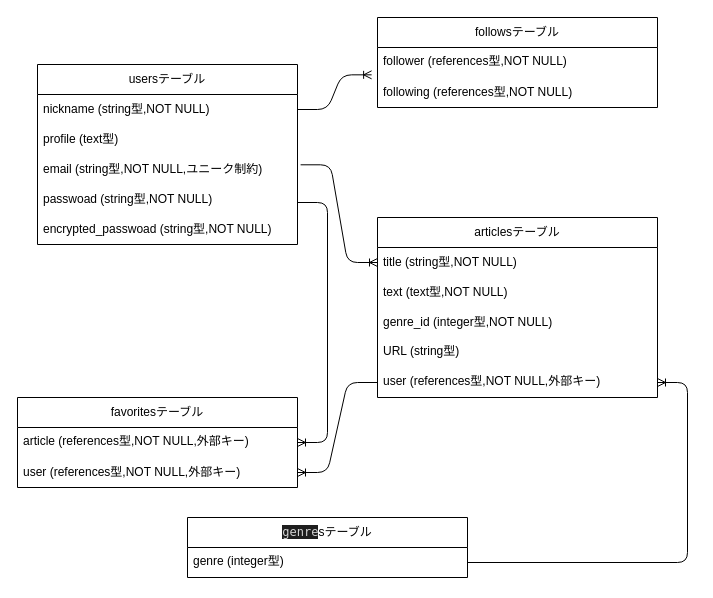
Above: SHELF_DB設計.dio in koharayuki/SHELF (draw.io), before the change. Source tidied: cells renumbered, new cells numbered last; positions are measured from the earlier drawing's top-left corner, leaving out a move shared by most shapes. Both pictures are drawn from the tidied source at 100%, with x=0, y=0 at pixel (17, 17).
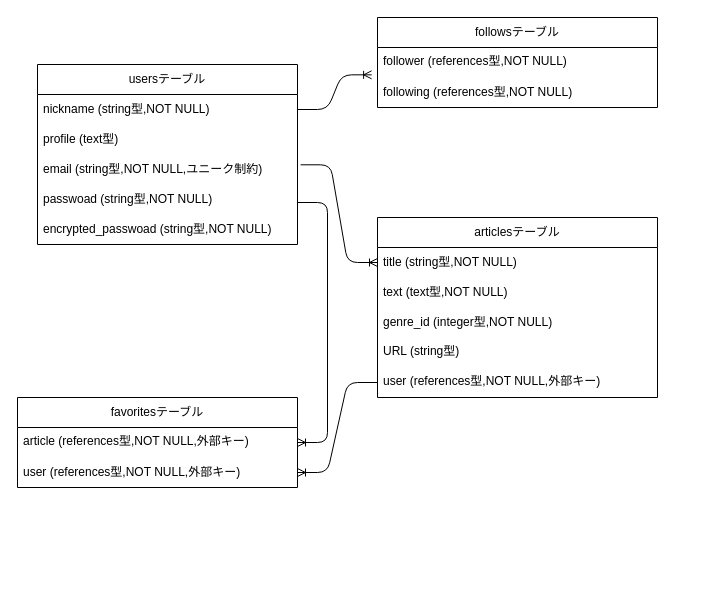
The same page after the edit.

Commit message (it also covers changes not shown here):
DB設計図の修正

表記間違いのため（使用していないgenreテーブルの記載を削除した）

Unchanged cells that the change refers to:
```xml
<mxCell id="21" value="user (references型,NOT NULL,外部キー)" style="text;strokeColor=none;fillColor=none;spacingLeft=4;spacingRight=4;overflow=hidden;points=[[0,0.5],[1,0.5]];portConstraint=eastwest;fontSize=12;" parent="16" vertex="1">
  <mxGeometry y="150" width="280" height="30" as="geometry" />
</mxCell>
```

What changed in the source:
```diff
@@
-    <mxCell id="8" value="&lt;span style=&quot;background-color: rgb(30, 30, 30); color: rgb(212, 212, 212); font-family: Menlo, Monaco, &amp;quot;Courier New&amp;quot;, monospace;&quot;&gt;genre&lt;/span&gt;sテーブル" style="swimlane;fontStyle=0;horizontal=1;startSize=30;whiteSpace=wrap;html=1;" parent="1" vertex="1">
-      <mxGeometry x="170" y="500" width="280" height="60" as="geometry" />
-    </mxCell>
-    <mxCell id="9" value="genre (integer型)" style="text;strokeColor=none;fillColor=none;spacingLeft=4;spacingRight=4;overflow=hidden;points=[[0,0.5],[1,0.5]];portConstraint=eastwest;fontSize=12;" parent="8" vertex="1">
-      <mxGeometry y="30" width="280" height="30" as="geometry" />
-    </mxCell>
@@
-    <mxCell id="26" style="edgeStyle=entityRelationEdgeStyle;fontSize=12;html=1;endArrow=ERoneToMany;" parent="1" edge="1" source="9" target="21">
-      <mxGeometry relative="1" as="geometry" />
-    </mxCell>
```
